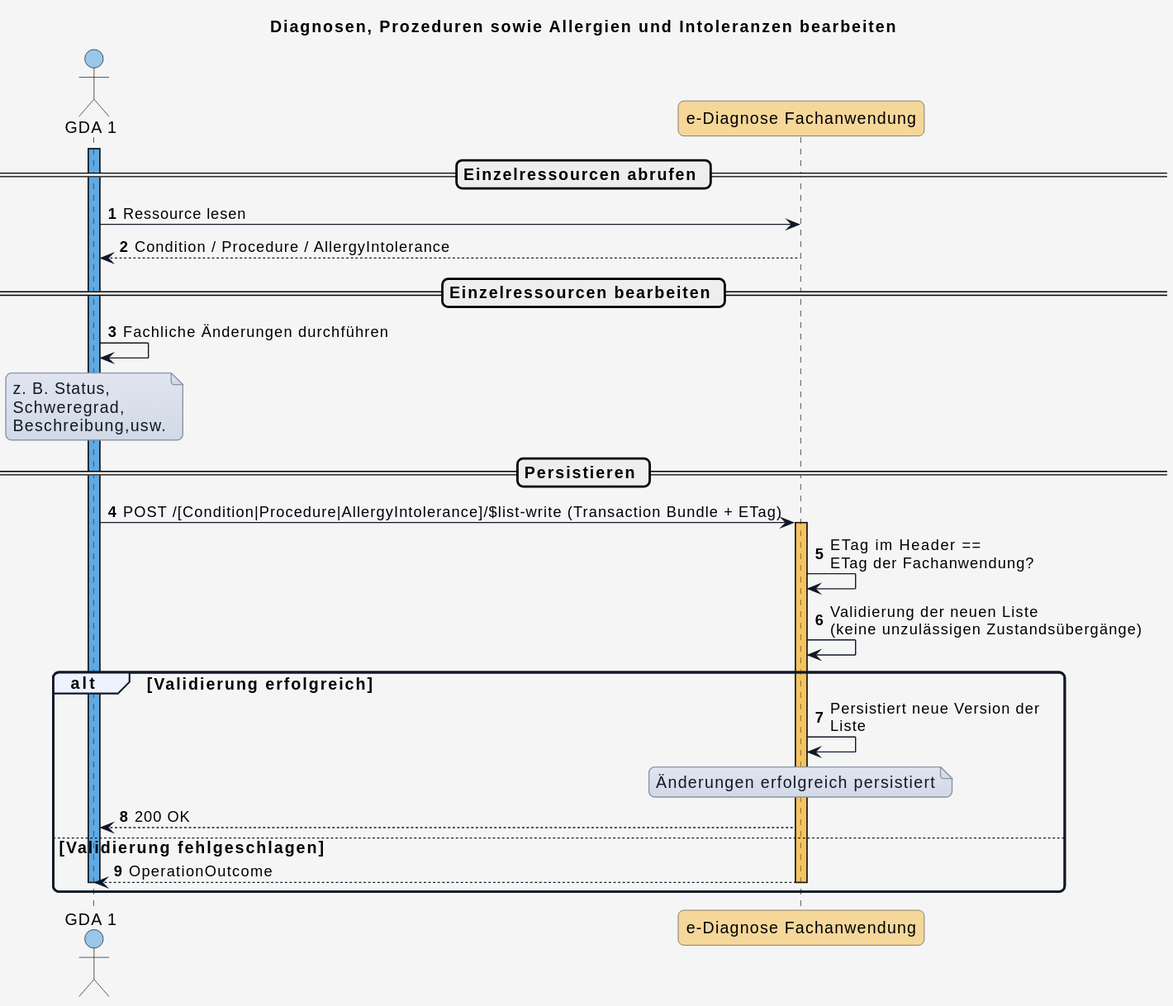
Earlier version of the PlantUML export input/images/plantuml/diagram_uc_06_10.svg (HL7Austria/ELGA-e-Diagnose-R4).
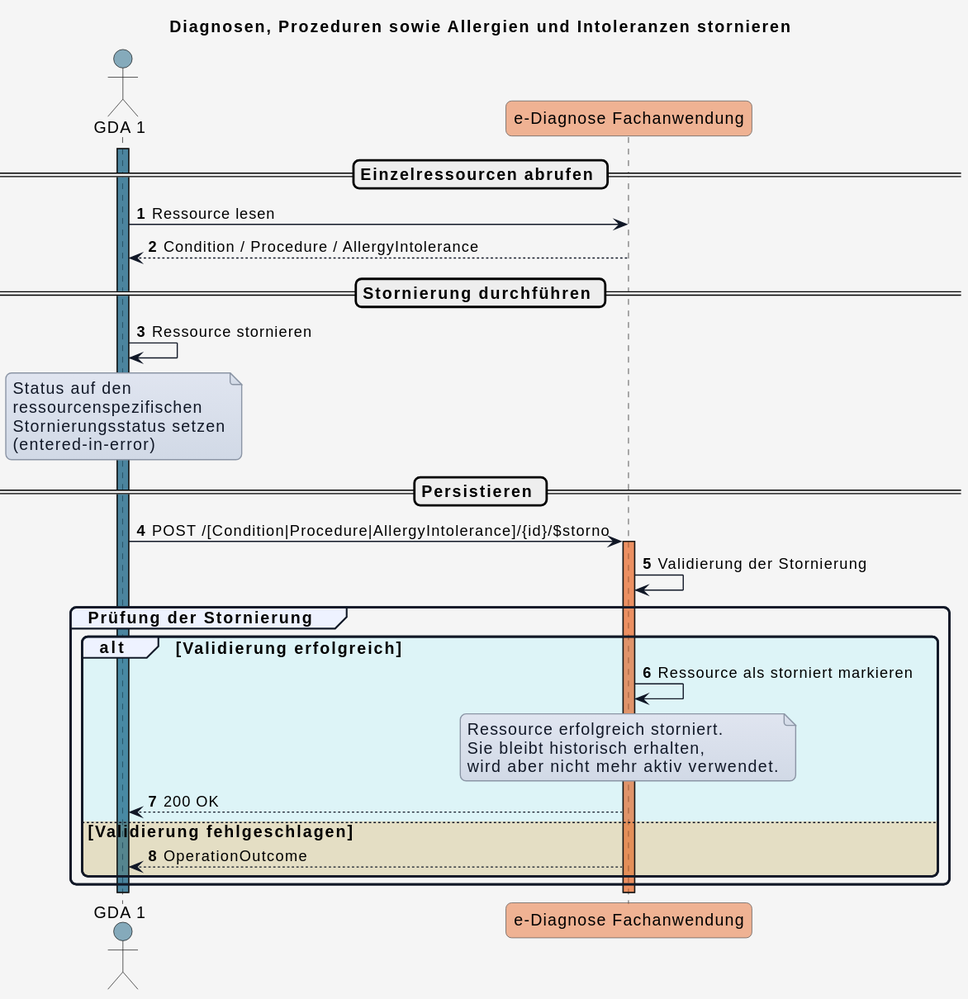
The same diagram one commit later.

The edit, as a diff of the source:
```diff
@@ -1,5 +1,5 @@
 @startuml
-title Diagnosen, Prozeduren sowie Allergien und Intoleranzen bearbeiten
+title Diagnosen, Prozeduren sowie Allergien und Intoleranzen stornieren
 
 skinparam borderColor #000000
 skinparam backgroundColor #f5f5f5
@@ -38,12 +38,11 @@
   GroupBorderThickness 2
 }
 
-!define COLOR_GDA_1    #0078D460
-!define COLOR_GDA_2    #8764B860
-!define COLOR_PATIENT  #00950560
-!define COLOR_APO      #00B7C360
-!define COLOR_DIAG_FA  #f5a40360
-!define COLOR_E_REZEPT #E7485660
+!define COLOR_GDA_1    #15608280
+!define COLOR_GDA_2    #96607D80
+!define COLOR_PATIENT  #196B2480
+!define COLOR_DIAG_FA  #E9713280
+
 
 !define COLOR_OK       #50E6FF25
 !define COLOR_ERROR    #FF8C0035
@@ -60,37 +59,47 @@
 
 eDiag_FA --> GDA_1 : Condition / Procedure / AllergyIntolerance
 
-== Einzelressourcen bearbeiten ==
+== Stornierung durchführen ==
 
-GDA_1 -> GDA_1 : Fachliche Änderungen durchführen
+GDA_1 -> GDA_1 : Ressource stornieren
 
 note over GDA_1
-z. B. Status,
-Schweregrad,
-Beschreibung,usw.
+Status auf den
+ressourcenspezifischen
+Stornierungsstatus setzen
+(entered-in-error)
 end note
 
 == Persistieren ==
 
-GDA_1 -> eDiag_FA: POST /[Condition|Procedure|AllergyIntolerance]/$list-write (Transaction Bundle + ETag)
+GDA_1 -> eDiag_FA : POST /[Condition|Procedure|AllergyIntolerance]/{id}/$storno
 
 activate eDiag_FA COLOR_DIAG_FA
-eDiag_FA -> eDiag_FA: ETag im Header ==\nETag der Fachanwendung?
-eDiag_FA -> eDiag_FA: Validierung der neuen Liste\n(keine unzulässigen Zustandsübergänge)
 
-alt Validierung erfolgreich
-  eDiag_FA -> eDiag_FA: Persistiert neue Version der\nListe
+eDiag_FA -> eDiag_FA : Validierung der Stornierung
 
-  note over eDiag_FA
-  Änderungen erfolgreich persistiert
-  end note
+group Prüfung der Stornierung
 
-  eDiag_FA --> GDA_1: 200 OK
+    alt COLOR_OK Validierung erfolgreich
 
-else Validierung fehlgeschlagen
+        eDiag_FA -> eDiag_FA : Ressource als storniert markieren
 
-  eDiag_FA --> GDA_1: OperationOutcome
-  deactivate GDA_1
-  deactivate eDiag_FA
+        note over eDiag_FA
+        Ressource erfolgreich storniert.
+        Sie bleibt historisch erhalten,
+        wird aber nicht mehr aktiv verwendet.
+        end note
+
+        eDiag_FA --> GDA_1 : 200 OK
+
+    else COLOR_ERROR Validierung fehlgeschlagen
+
+        eDiag_FA --> GDA_1 : OperationOutcome
+
+    end
+
 end
+
+deactivate eDiag_FA
+deactivate GDA_1
 @enduml
```
